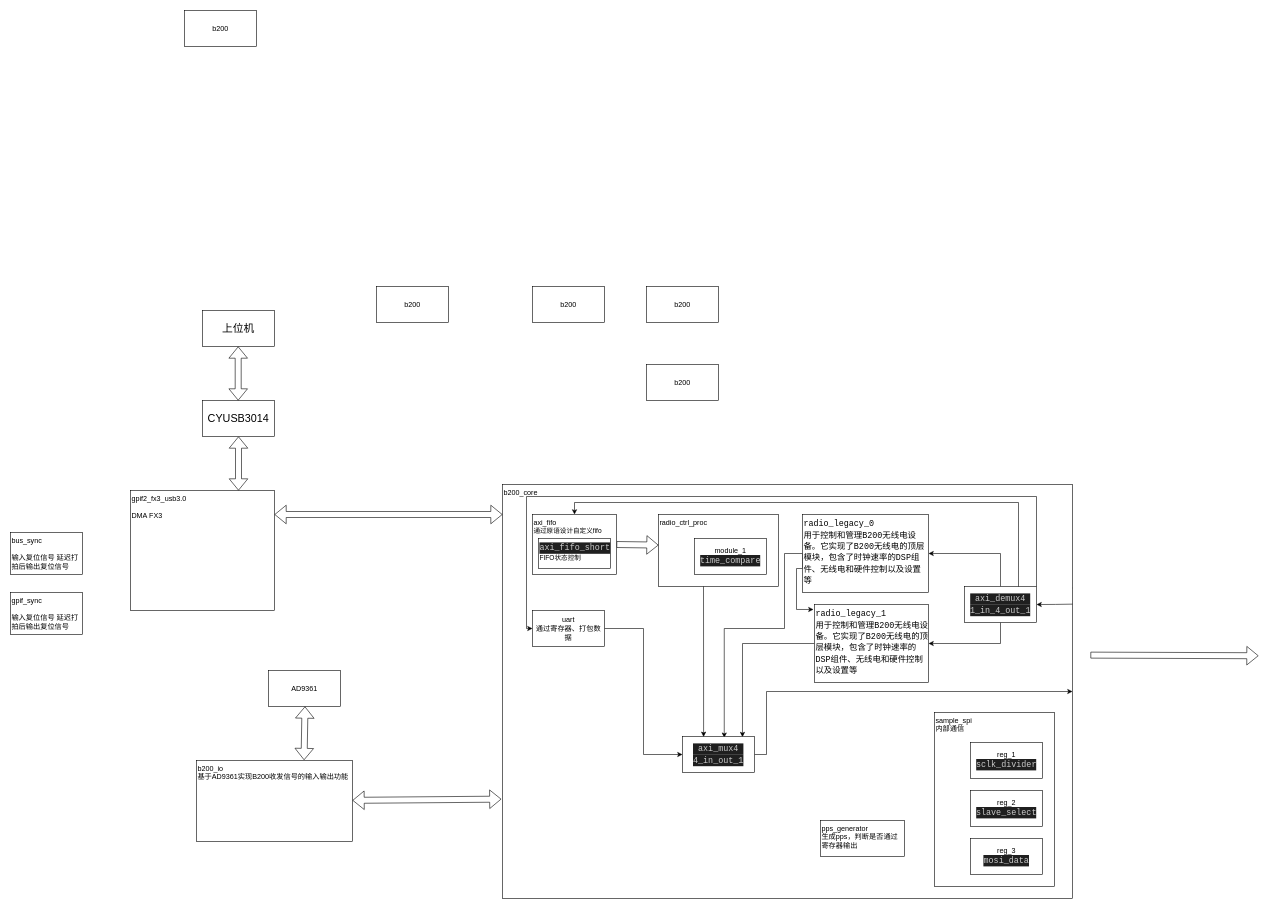
Above: b210.drawio in Africanuncle/quhao (draw.io), before the change. Source tidied: cells renumbered, new cells numbered last; positions are measured from the earlier drawing's top-left corner, leaving out a move shared by most shapes. Both pictures are drawn from the tidied source at 60%, with x=0, y=0 at pixel (10, 10).
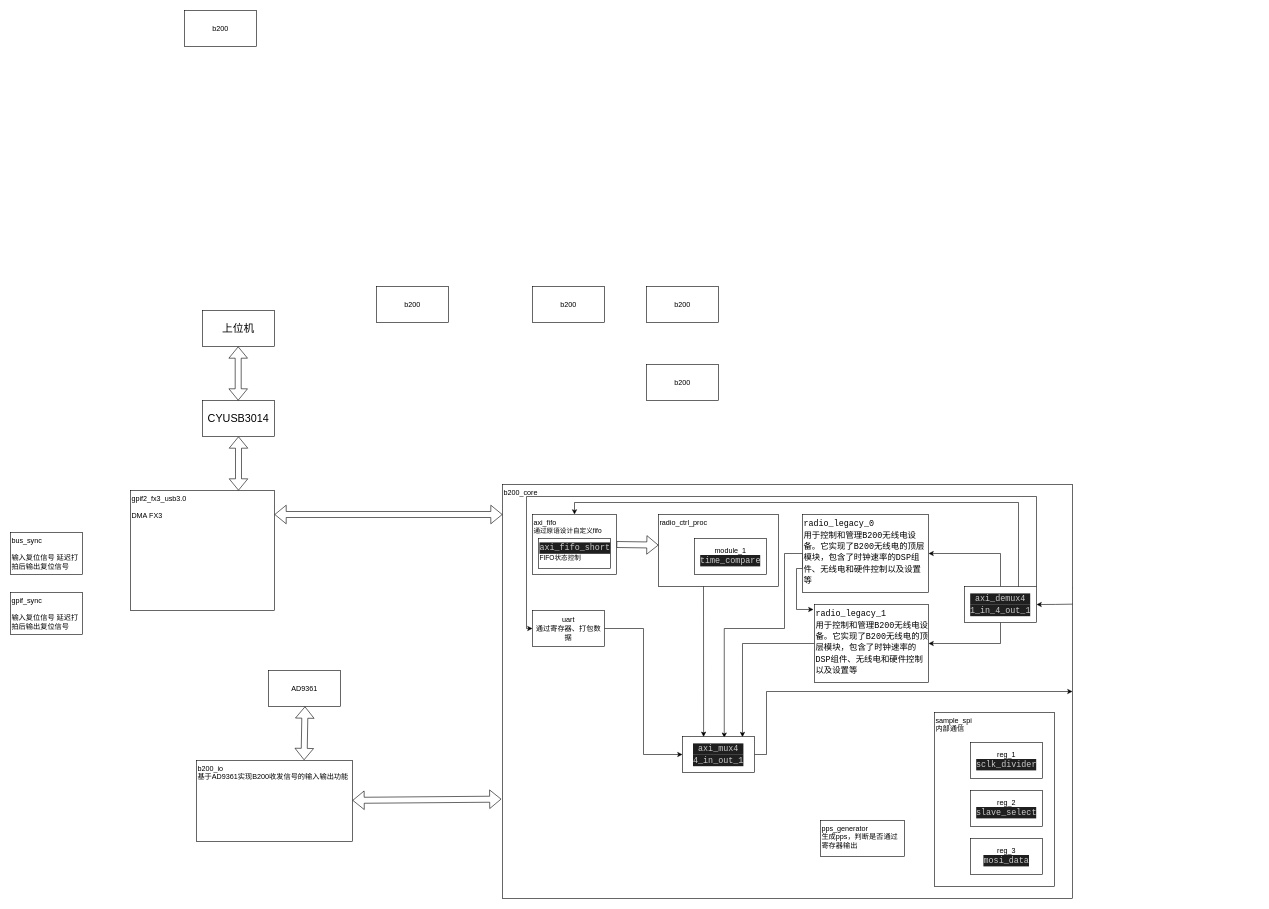
After the change.

What changed in the source:
```diff
@@
-    <mxCell id="32" style="shape=flexArrow;endArrow=classic;html=1;rounded=0;" parent="1" edge="1">
-      <mxGeometry relative="1" as="geometry">
-        <mxPoint x="1800" y="1074.4" as="sourcePoint" />
-        <mxPoint x="2080" y="1075.4" as="targetPoint" />
-      </mxGeometry>
-    </mxCell>
```
